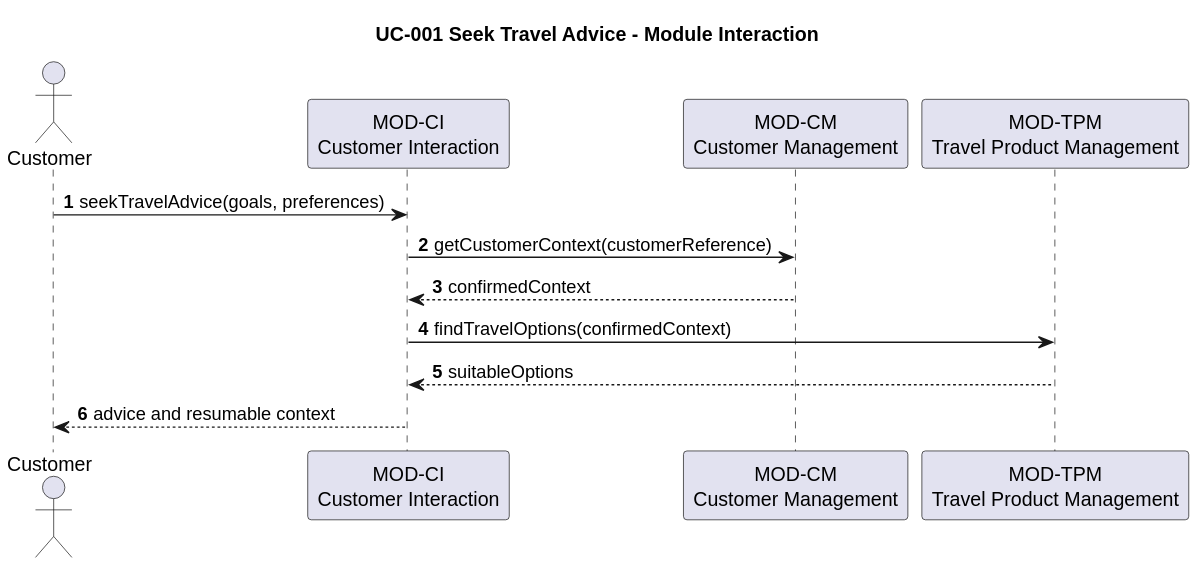
The PlantUML diagram docs/architecture/software-architecture/uc-001-seek-travel-advice.svg in hochschule-darmstadt/a3se_app, before a commit.
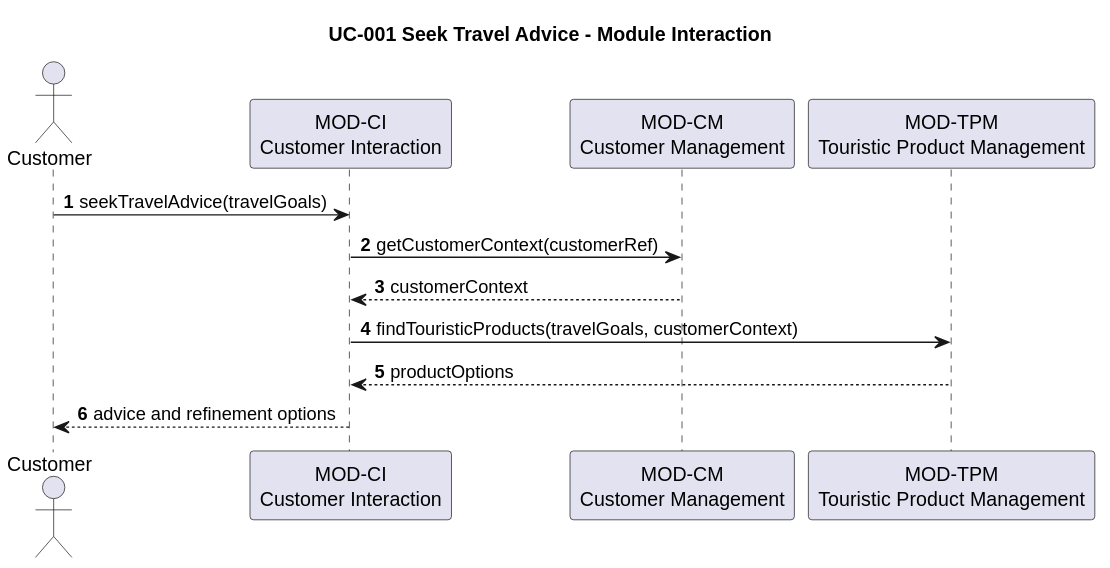
The same diagram one commit later.

Change to the diagram source:
```diff
@@ -4,12 +4,12 @@
 actor Customer
 participant "MOD-CI\nCustomer Interaction" as CI
 participant "MOD-CM\nCustomer Management" as CM
-participant "MOD-TPM\nTravel Product Management" as TPM
+participant "MOD-TPM\nTouristic Product Management" as TPM
 
-Customer -> CI: seekTravelAdvice(goals, preferences)
-CI -> CM: getCustomerContext(customerReference)
-CM --> CI: confirmedContext
-CI -> TPM: findTravelOptions(confirmedContext)
-TPM --> CI: suitableOptions
-CI --> Customer: advice and resumable context
+Customer -> CI: seekTravelAdvice(travelGoals)
+CI -> CM: getCustomerContext(customerRef)
+CM --> CI: customerContext
+CI -> TPM: findTouristicProducts(travelGoals, customerContext)
+TPM --> CI: productOptions
+CI --> Customer: advice and refinement options
 @enduml
```
